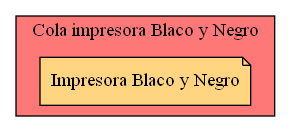
Earlier version of the Graphviz export Cola_Print_bw.png (Serch-ING/EDD_UDRAWING_202000119). Its source is kept beside it as Cola_Print_bw.dot.
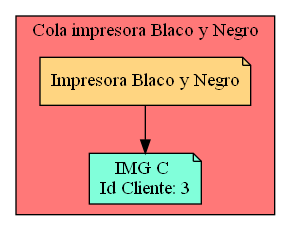
After the commit.

Change to the diagram source:
```diff
@@ -3,4 +3,7 @@
 subgraph cluster_p{
     label= " Cola impresora Blaco y Negro "
  raiz[label = "Impresora Blaco y Negro" fillcolor="#FFD581" ]    bgcolor = "#FF7878"
-}}
+Nodo825658265[label="IMG C
+Id Cliente: 3",fillcolor="#81FFDA"]
+
+raiz->Nodo825658265}}
```
